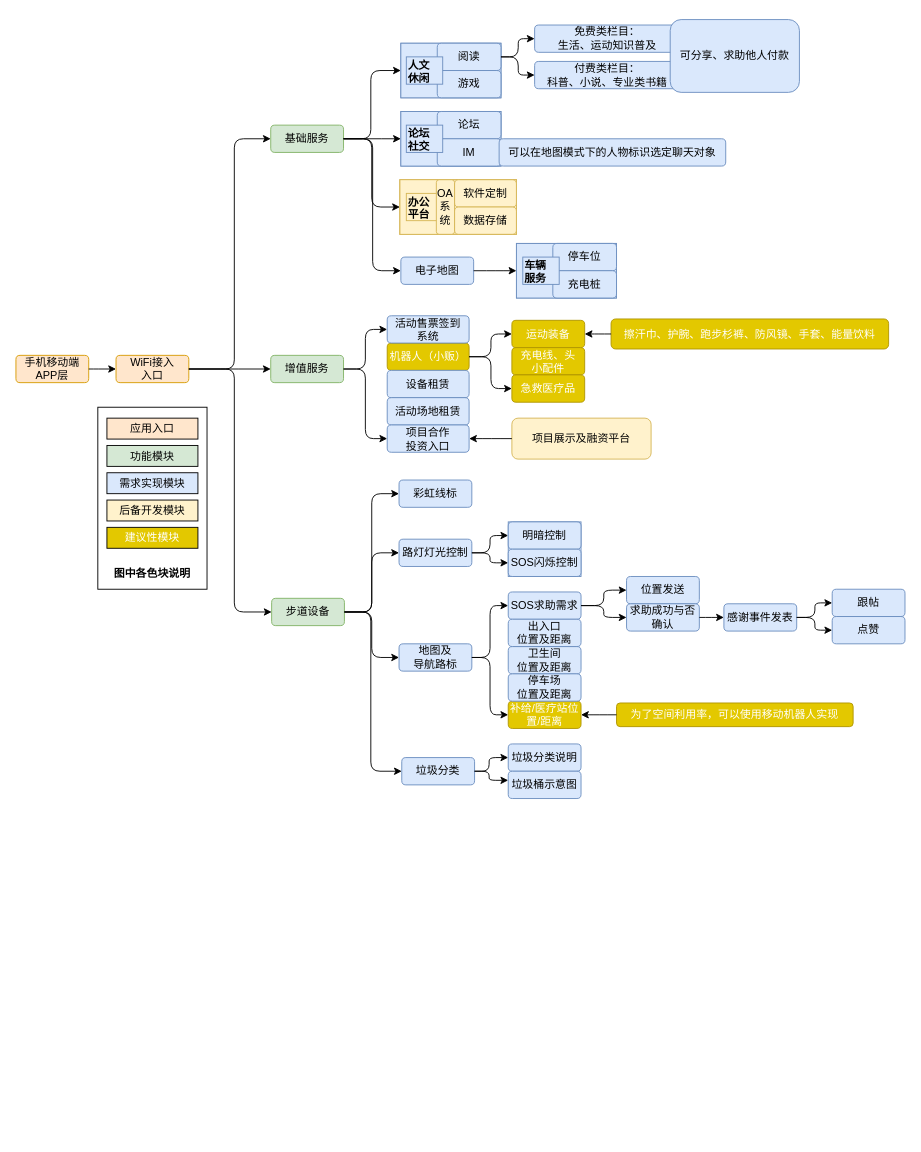
This is 智慧城市.drawio from UTOUUCENTER-CD/draw.io, a draw.io file, before an edit. Source tidied: cells renumbered, new cells numbered last; positions are measured from the earlier drawing's top-left corner, leaving out a move shared by most shapes. Both pictures are drawn from the tidied source at 91%, with x=0, y=0 at pixel (15, 19).
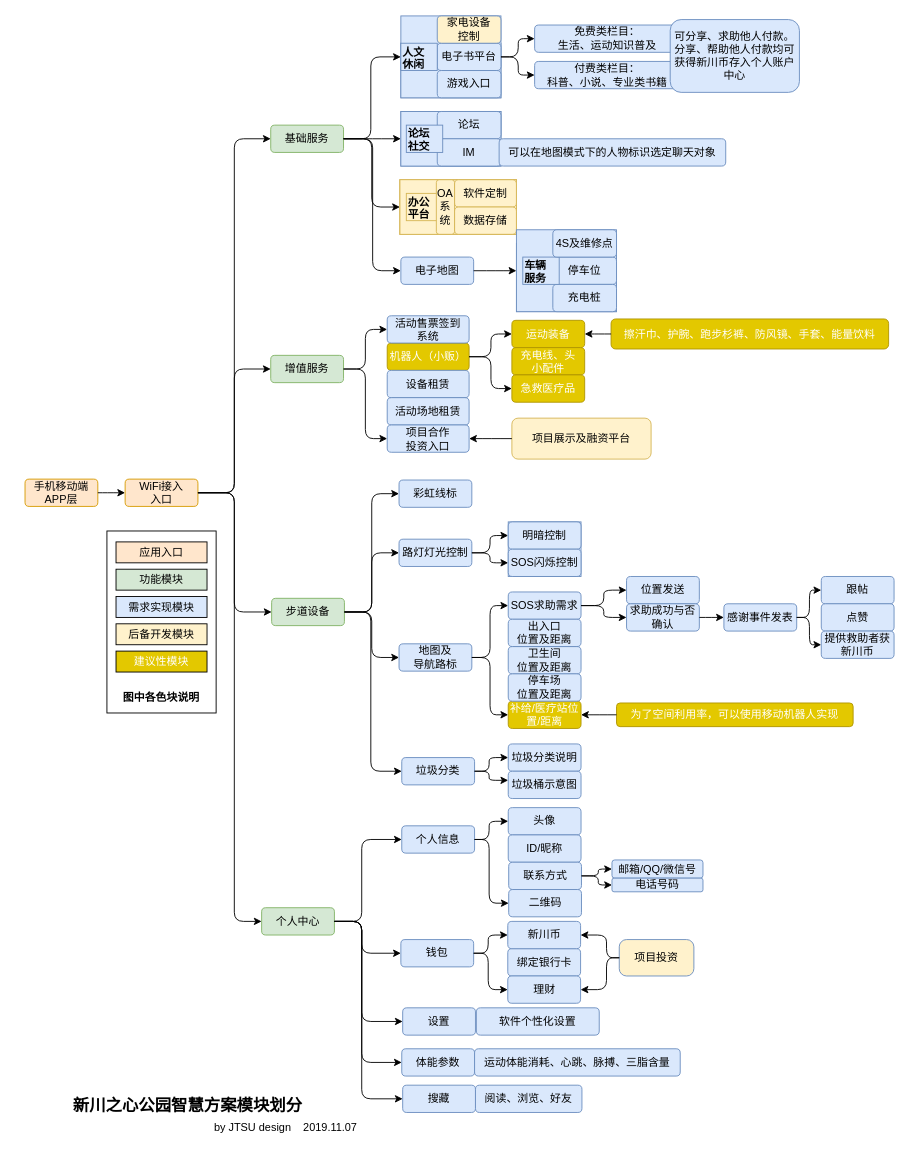
After the change.

Unchanged cells that the change refers to:
```xml
<mxCell id="3" value="步道设备" style="rounded=1;whiteSpace=wrap;html=1;fillColor=#d5e8d4;strokeColor=#82b366;" parent="1" vertex="1">
  <mxGeometry x="281" y="636" width="80" height="30" as="geometry" />
</mxCell>
<mxCell id="21" value="感谢事件发表" style="rounded=1;whiteSpace=wrap;html=1;fillColor=#dae8fc;strokeColor=#6c8ebf;" parent="1" vertex="1">
  <mxGeometry x="778" y="642" width="80" height="30" as="geometry" />
</mxCell>
<mxCell id="35" style="group;fillColor=#dae8fc;strokeColor=#6c8ebf;" parent="1" vertex="1">
  <mxGeometry x="423" y="26" width="110" height="60" as="geometry" />
</mxCell>
```

Change to the diagram source:
```diff
@@
     <mxCell id="2" style="rounded=0;whiteSpace=wrap;html=1;strokeWidth=1;fillColor=#FFFFFF;" parent="1" vertex="1">
-      <mxGeometry x="90" y="426" width="120" height="200" as="geometry" />
+      <mxGeometry x="100" y="562" width="120" height="200" as="geometry" />
     </mxCell>
@@
     <mxCell id="25" value="跟帖" style="rounded=1;whiteSpace=wrap;html=1;fillColor=#dae8fc;strokeColor=#6c8ebf;" parent="1" vertex="1">
-      <mxGeometry x="897" y="626" width="80" height="30" as="geometry" />
+      <mxGeometry x="885" y="612" width="80" height="30" as="geometry" />
     </mxCell>
     <mxCell id="26" value="点赞" style="rounded=1;whiteSpace=wrap;html=1;fillColor=#dae8fc;strokeColor=#6c8ebf;" parent="1" vertex="1">
-      <mxGeometry x="897" y="656" width="80" height="30" as="geometry" />
+      <mxGeometry x="885" y="642" width="80" height="30" as="geometry" />
     </mxCell>
@@
-    <mxCell id="28" style="edgeStyle=elbowEdgeStyle;elbow=horizontal;endArrow=classic;html=1;entryX=0;entryY=0.5;entryDx=0;entryDy=0;exitX=1;exitY=0.5;exitDx=0;exitDy=0;fillColor=#dae8fc;strokeColor=#000000;" parent="1" edge="1" source="21" target="26">
+    <mxCell id="28" style="edgeStyle=elbowEdgeStyle;elbow=horizontal;endArrow=classic;html=1;entryX=0;entryY=0.5;entryDx=0;entryDy=0;exitX=1;exitY=0.5;exitDx=0;exitDy=0;fillColor=#dae8fc;strokeColor=#000000;" parent="1" edge="1" source="21" target="109">
       <mxGeometry relative="1" as="geometry" />
     </mxCell>
     <mxCell id="29" value="WiFi接入&lt;br&gt;入口" style="rounded=1;whiteSpace=wrap;html=1;fillColor=#FFE6CC;strokeColor=#d79b00;" parent="1" vertex="1">
-      <mxGeometry x="110" y="369" width="80" height="30" as="geometry" />
+      <mxGeometry x="120" y="505" width="80" height="30" as="geometry" />
     </mxCell>
@@
     <mxCell id="36" style="rounded=0;whiteSpace=wrap;html=1;strokeWidth=1;fillColor=#dae8fc;strokeColor=#6c8ebf;" parent="35" vertex="1">
-      <mxGeometry width="110" height="60" as="geometry" />
+      <mxGeometry y="-30" width="110" height="90" as="geometry" />
     </mxCell>
-    <mxCell id="37" value="阅读" style="rounded=1;whiteSpace=wrap;html=1;fillColor=#dae8fc;strokeColor=#6c8ebf;" parent="35" vertex="1">
+    <mxCell id="37" value="电子书平台" style="rounded=1;whiteSpace=wrap;html=1;fillColor=#dae8fc;strokeColor=#6c8ebf;" parent="35" vertex="1">
       <mxGeometry x="40" width="70" height="30" as="geometry" />
     </mxCell>
-    <mxCell id="38" value="游戏" style="rounded=1;whiteSpace=wrap;html=1;fillColor=#dae8fc;strokeColor=#6c8ebf;" parent="35" vertex="1">
+    <mxCell id="38" value="游戏入口" style="rounded=1;whiteSpace=wrap;html=1;fillColor=#dae8fc;strokeColor=#6c8ebf;" parent="35" vertex="1">
       <mxGeometry x="40" y="30" width="70" height="30" as="geometry" />
     </mxCell>
     <mxCell id="39" value="&lt;b&gt;人文&lt;br&gt;休闲&lt;/b&gt;" style="text;html=1;align=left;verticalAlign=top;spacingTop=-4;fillColor=#dae8fc;strokeColor=#6c8ebf;" parent="35" vertex="1">
-      <mxGeometry x="6" y="15" width="40" height="30" as="geometry" />
+      <mxGeometry width="40" height="30" as="geometry" />
     </mxCell>
+    <mxCell id="104" value="家电设备&lt;br&gt;控制" style="rounded=1;whiteSpace=wrap;html=1;fillColor=#FFF2CC;strokeColor=#6c8ebf;" parent="35" vertex="1">
+      <mxGeometry x="40" y="-30" width="70" height="30" as="geometry" />
+    </mxCell>
@@
-    <mxCell id="42" style="group;fillColor=#dae8fc;strokeColor=#6c8ebf;" parent="1" vertex="1">
-      <mxGeometry x="550" y="246" width="110" height="60" as="geometry" />
-    </mxCell>
-    <mxCell id="43" style="rounded=0;whiteSpace=wrap;html=1;strokeWidth=1;fillColor=#dae8fc;strokeColor=#6c8ebf;" parent="42" vertex="1">
-      <mxGeometry width="110" height="60" as="geometry" />
-    </mxCell>
-    <mxCell id="44" value="停车位" style="rounded=1;whiteSpace=wrap;html=1;fillColor=#dae8fc;strokeColor=#6c8ebf;" parent="42" vertex="1">
-      <mxGeometry x="40" width="70" height="30" as="geometry" />
-    </mxCell>
-    <mxCell id="45" value="充电桩" style="rounded=1;whiteSpace=wrap;html=1;fillColor=#dae8fc;strokeColor=#6c8ebf;" parent="42" vertex="1">
-      <mxGeometry x="40" y="30" width="70" height="30" as="geometry" />
-    </mxCell>
-    <mxCell id="46" value="&lt;b&gt;车辆&lt;br&gt;服务&lt;/b&gt;" style="text;html=1;align=left;verticalAlign=top;spacingTop=-4;fillColor=#dae8fc;strokeColor=#6c8ebf;" parent="42" vertex="1">
-      <mxGeometry x="7" y="15" width="40" height="30" as="geometry" />
-    </mxCell>
@@
     <mxCell id="77" value="手机移动端APP层" style="rounded=1;whiteSpace=wrap;html=1;fillColor=#ffe6cc;strokeColor=#d79b00;" parent="1" vertex="1">
-      <mxGeometry y="369" width="80" height="30" as="geometry" />
+      <mxGeometry x="10" y="505" width="80" height="30" as="geometry" />
     </mxCell>
     <mxCell id="78" style="edgeStyle=elbowEdgeStyle;elbow=horizontal;endArrow=classic;html=1;entryX=0;entryY=0.5;entryDx=0;entryDy=0;exitX=1;exitY=0.5;exitDx=0;exitDy=0;" parent="1" edge="1" source="29" target="3">
       <mxGeometry relative="1" as="geometry">
         <Array as="points">
+          <mxPoint x="240" y="556" />
           <mxPoint x="240" y="436" />
           <mxPoint x="240" y="384" />
           <mxPoint x="250" y="306" />
         </Array>
       </mxGeometry>
     </mxCell>
     <mxCell id="79" style="edgeStyle=elbowEdgeStyle;elbow=horizontal;endArrow=classic;html=1;entryX=0;entryY=0.5;entryDx=0;entryDy=0;exitX=1;exitY=0.5;exitDx=0;exitDy=0;" parent="1" edge="1" source="77" target="29">
       <mxGeometry relative="1" as="geometry">
         <Array as="points">
-          <mxPoint x="90" y="399" />
-          <mxPoint x="60" y="509" />
-          <mxPoint x="110" y="859" />
+          <mxPoint x="100" y="535" />
+          <mxPoint x="70" y="645" />
+          <mxPoint x="120" y="995" />
         </Array>
       </mxGeometry>
     </mxCell>
@@
     <mxCell id="96" value="应用入口" style="rounded=0;whiteSpace=wrap;html=1;strokeWidth=1;fillColor=#FFE6CC;" parent="1" vertex="1">
-      <mxGeometry x="100" y="438" width="100" height="23" as="geometry" />
+      <mxGeometry x="110" y="574" width="100" height="23" as="geometry" />
     </mxCell>
     <mxCell id="97" value="功能模块" style="rounded=0;whiteSpace=wrap;html=1;strokeWidth=1;fillColor=#D5E8D4;" parent="1" vertex="1">
-      <mxGeometry x="100" y="468" width="100" height="23" as="geometry" />
+      <mxGeometry x="110" y="604" width="100" height="23" as="geometry" />
     </mxCell>
     <mxCell id="98" value="需求实现模块" style="rounded=0;whiteSpace=wrap;html=1;strokeWidth=1;fillColor=#DAE8FC;" parent="1" vertex="1">
-      <mxGeometry x="100" y="498" width="100" height="23" as="geometry" />
+      <mxGeometry x="110" y="634" width="100" height="23" as="geometry" />
     </mxCell>
     <mxCell id="99" value="后备开发模块" style="rounded=0;whiteSpace=wrap;html=1;strokeWidth=1;fillColor=#FFF2CC;" parent="1" vertex="1">
-      <mxGeometry x="100" y="528" width="100" height="23" as="geometry" />
+      <mxGeometry x="110" y="664" width="100" height="23" as="geometry" />
     </mxCell>
     <mxCell id="100" value="&lt;font color=&quot;#ffffff&quot;&gt;建议性模块&lt;/font&gt;" style="rounded=0;whiteSpace=wrap;html=1;strokeWidth=1;fillColor=#E3C800;" parent="1" vertex="1">
-      <mxGeometry x="100" y="558" width="100" height="23" as="geometry" />
+      <mxGeometry x="110" y="694" width="100" height="23" as="geometry" />
     </mxCell>
     <mxCell id="101" value="&lt;b&gt;图中各色块说明&lt;/b&gt;" style="text;html=1;align=left;verticalAlign=top;spacingTop=-4;" parent="1" vertex="1">
-      <mxGeometry x="106" y="599" width="100" height="20" as="geometry" />
+      <mxGeometry x="116" y="735" width="100" height="20" as="geometry" />
     </mxCell>
-    <mxCell id="102" value="可分享、求助他人付款" style="rounded=1;whiteSpace=wrap;html=1;fillColor=#dae8fc;strokeColor=#6c8ebf;" parent="1" vertex="1">
+    <mxCell id="102" value="可分享、求助他人付款。&lt;br&gt;分享、帮助他人付款均可获得新川币存入个人账户中心" style="rounded=1;whiteSpace=wrap;html=1;fillColor=#dae8fc;strokeColor=#6c8ebf;" parent="1" vertex="1">
       <mxGeometry x="719" width="142" height="80" as="geometry" />
     </mxCell>
@@
+    <mxCell id="105" style="group;" parent="1" vertex="1">
+      <mxGeometry x="550" y="246" width="110" height="75" as="geometry" />
+    </mxCell>
+    <mxCell id="42" style="group;fillColor=#dae8fc;strokeColor=#6c8ebf;" parent="105" vertex="1">
+      <mxGeometry width="110" height="75" as="geometry" />
+    </mxCell>
+    <mxCell id="106" style="group;" parent="42" vertex="1">
+      <mxGeometry y="-15" width="110" height="90" as="geometry" />
+    </mxCell>
+    <mxCell id="43" style="rounded=0;whiteSpace=wrap;html=1;strokeWidth=1;fillColor=#dae8fc;strokeColor=#6c8ebf;" parent="106" vertex="1">
+      <mxGeometry width="110" height="90" as="geometry" />
+    </mxCell>
+    <mxCell id="44" value="停车位" style="rounded=1;whiteSpace=wrap;html=1;fillColor=#dae8fc;strokeColor=#6c8ebf;" parent="106" vertex="1">
+      <mxGeometry x="40" y="30" width="70" height="30" as="geometry" />
+    </mxCell>
+    <mxCell id="45" value="充电桩" style="rounded=1;whiteSpace=wrap;html=1;fillColor=#dae8fc;strokeColor=#6c8ebf;" parent="106" vertex="1">
+      <mxGeometry x="40" y="60" width="70" height="30" as="geometry" />
+    </mxCell>
+    <mxCell id="46" value="&lt;b&gt;车辆&lt;br&gt;服务&lt;/b&gt;" style="text;html=1;align=left;verticalAlign=top;spacingTop=-4;fillColor=#dae8fc;strokeColor=#6c8ebf;" parent="106" vertex="1">
+      <mxGeometry x="7" y="30" width="40" height="30" as="geometry" />
+    </mxCell>
+    <mxCell id="107" value="4S及维修点" style="rounded=1;whiteSpace=wrap;html=1;fillColor=#dae8fc;strokeColor=#6c8ebf;" parent="106" vertex="1">
+      <mxGeometry x="40" width="70" height="30" as="geometry" />
+    </mxCell>
+    <mxCell id="108" value="&lt;font&gt;&lt;b style=&quot;font-size: 18px&quot;&gt;新川之心公园智慧方案模块划分&lt;/b&gt;&lt;br&gt;&lt;b style=&quot;font-size: 18px&quot;&gt;&amp;nbsp; &amp;nbsp; &amp;nbsp; &amp;nbsp; &amp;nbsp; &amp;nbsp; &amp;nbsp; &amp;nbsp; &amp;nbsp; &amp;nbsp; &amp;nbsp; &amp;nbsp; &amp;nbsp; &amp;nbsp; &amp;nbsp; &amp;nbsp;&lt;/b&gt;&lt;font style=&quot;font-size: 12px&quot;&gt;by JTSU design&amp;nbsp; &amp;nbsp; 2019.11.07&lt;/font&gt;&lt;br&gt;&lt;/font&gt;" style="text;html=1;align=left;verticalAlign=top;spacingTop=-4;" parent="1" vertex="1">
+      <mxGeometry x="61" y="1181" width="300" height="40" as="geometry" />
+    </mxCell>
+    <mxCell id="109" value="提供救助者获新川币" style="rounded=1;whiteSpace=wrap;html=1;fillColor=#dae8fc;strokeColor=#6c8ebf;" parent="1" vertex="1">
+      <mxGeometry x="885" y="672" width="80" height="30" as="geometry" />
+    </mxCell>
+    <mxCell id="110" value="个人中心" style="rounded=1;whiteSpace=wrap;html=1;fillColor=#d5e8d4;strokeColor=#82b366;" parent="1" vertex="1">
+      <mxGeometry x="270" y="976" width="80" height="30" as="geometry" />
+    </mxCell>
+    <mxCell id="111" style="edgeStyle=elbowEdgeStyle;elbow=horizontal;endArrow=classic;html=1;entryX=0;entryY=0.5;entryDx=0;entryDy=0;exitX=1;exitY=0.5;exitDx=0;exitDy=0;" parent="1" edge="1" source="29" target="110">
+      <mxGeometry relative="1" as="geometry">
+        <Array as="points">
+          <mxPoint x="240" y="626" />
+          <mxPoint x="240" y="446" />
+          <mxPoint x="250" y="446" />
+          <mxPoint x="250" y="394" />
+          <mxPoint x="260" y="316" />
+        </Array>
+      </mxGeometry>
+    </mxCell>
+    <mxCell id="112" value="钱包" style="rounded=1;whiteSpace=wrap;html=1;fillColor=#dae8fc;strokeColor=#6c8ebf;" parent="1" vertex="1">
+      <mxGeometry x="423" y="1011" width="80" height="30" as="geometry" />
+    </mxCell>
+    <mxCell id="113" value="绑定银行卡" style="rounded=1;whiteSpace=wrap;html=1;fillColor=#dae8fc;strokeColor=#6c8ebf;" parent="1" vertex="1">
+      <mxGeometry x="540.5" y="1021" width="80" height="30" as="geometry" />
+    </mxCell>
+    <mxCell id="114" value="理财" style="rounded=1;whiteSpace=wrap;html=1;fillColor=#dae8fc;strokeColor=#6c8ebf;" parent="1" vertex="1">
+      <mxGeometry x="540.5" y="1051" width="80" height="30" as="geometry" />
+    </mxCell>
+    <mxCell id="115" value="项目投资" style="rounded=1;whiteSpace=wrap;html=1;fillColor=#FFF2CC;strokeColor=#6c8ebf;arcSize=20;" parent="1" vertex="1">
+      <mxGeometry x="663" y="1011" width="82" height="40" as="geometry" />
+    </mxCell>
+    <mxCell id="116" value="设置" style="rounded=1;whiteSpace=wrap;html=1;fillColor=#dae8fc;strokeColor=#6c8ebf;" parent="1" vertex="1">
+      <mxGeometry x="425" y="1086" width="80" height="30" as="geometry" />
+    </mxCell>
+    <mxCell id="117" value="个人信息" style="rounded=1;whiteSpace=wrap;html=1;fillColor=#dae8fc;strokeColor=#6c8ebf;" parent="1" vertex="1">
+      <mxGeometry x="424" y="886" width="80" height="30" as="geometry" />
+    </mxCell>
+    <mxCell id="118" value="头像" style="rounded=1;whiteSpace=wrap;html=1;fillColor=#dae8fc;strokeColor=#6c8ebf;" parent="1" vertex="1">
+      <mxGeometry x="541" y="866" width="80" height="30" as="geometry" />
+    </mxCell>
+    <mxCell id="119" value="ID/昵称" style="rounded=1;whiteSpace=wrap;html=1;fillColor=#dae8fc;strokeColor=#6c8ebf;" parent="1" vertex="1">
+      <mxGeometry x="541" y="896" width="80" height="30" as="geometry" />
+    </mxCell>
+    <mxCell id="120" value="联系方式" style="rounded=1;whiteSpace=wrap;html=1;fillColor=#dae8fc;strokeColor=#6c8ebf;" parent="1" vertex="1">
+      <mxGeometry x="541.5" y="926" width="80" height="30" as="geometry" />
+    </mxCell>
+    <mxCell id="121" value="邮箱/QQ/微信号" style="rounded=1;whiteSpace=wrap;html=1;fillColor=#dae8fc;strokeColor=#6c8ebf;" parent="1" vertex="1">
+      <mxGeometry x="655" y="923.5" width="100" height="20" as="geometry" />
+    </mxCell>
+    <mxCell id="122" value="电话号码" style="rounded=1;whiteSpace=wrap;html=1;fillColor=#dae8fc;strokeColor=#6c8ebf;" parent="1" vertex="1">
+      <mxGeometry x="655" y="943.5" width="100" height="15" as="geometry" />
+    </mxCell>
+    <mxCell id="123" style="edgeStyle=elbowEdgeStyle;elbow=horizontal;endArrow=classic;html=1;exitX=1;exitY=0.5;exitDx=0;exitDy=0;fillColor=#dae8fc;strokeColor=#000000;entryX=0;entryY=0.5;entryDx=0;entryDy=0;" parent="1" edge="1" source="120" target="121">
+      <mxGeometry relative="1" as="geometry">
+        <Array as="points">
+          <mxPoint x="640" y="934" />
+          <mxPoint x="660" y="941" />
+          <mxPoint x="530" y="846" />
+          <mxPoint x="754" y="851" />
+        </Array>
+      </mxGeometry>
+    </mxCell>
+    <mxCell id="124" style="edgeStyle=elbowEdgeStyle;elbow=horizontal;endArrow=classic;html=1;exitX=1;exitY=0.5;exitDx=0;exitDy=0;fillColor=#dae8fc;strokeColor=#000000;entryX=0;entryY=0.5;entryDx=0;entryDy=0;" parent="1" edge="1" source="120" target="122">
+      <mxGeometry relative="1" as="geometry">
+        <Array as="points">
+          <mxPoint x="640" y="941" />
+          <mxPoint x="540" y="856" />
+          <mxPoint x="764" y="861" />
+        </Array>
+      </mxGeometry>
+    </mxCell>
+    <mxCell id="125" value="新川币" style="rounded=1;whiteSpace=wrap;html=1;fillColor=#dae8fc;strokeColor=#6c8ebf;" parent="1" vertex="1">
+      <mxGeometry x="540.5" y="991" width="80" height="30" as="geometry" />
+    </mxCell>
+    <mxCell id="126" value="体能参数" style="rounded=1;whiteSpace=wrap;html=1;fillColor=#dae8fc;strokeColor=#6c8ebf;" parent="1" vertex="1">
+      <mxGeometry x="424" y="1131" width="80" height="30" as="geometry" />
+    </mxCell>
+    <mxCell id="127" value="搜藏" style="rounded=1;whiteSpace=wrap;html=1;fillColor=#dae8fc;strokeColor=#6c8ebf;" parent="1" vertex="1">
+      <mxGeometry x="425" y="1171" width="80" height="30" as="geometry" />
+    </mxCell>
+    <mxCell id="128" style="edgeStyle=elbowEdgeStyle;elbow=horizontal;endArrow=classic;html=1;entryX=0;entryY=0.5;entryDx=0;entryDy=0;exitX=1;exitY=0.5;exitDx=0;exitDy=0;fillColor=#dae8fc;strokeColor=#000000;" parent="1" edge="1" source="110" target="117">
+      <mxGeometry relative="1" as="geometry">
+        <Array as="points">
+          <mxPoint x="380" y="936" />
+          <mxPoint x="530" y="826" />
+          <mxPoint x="794" y="871" />
+        </Array>
+      </mxGeometry>
+    </mxCell>
+    <mxCell id="129" style="edgeStyle=elbowEdgeStyle;elbow=horizontal;endArrow=classic;html=1;entryX=0;entryY=0.5;entryDx=0;entryDy=0;exitX=1;exitY=0.5;exitDx=0;exitDy=0;fillColor=#dae8fc;strokeColor=#000000;" parent="1" edge="1" source="110" target="127">
+      <mxGeometry relative="1" as="geometry">
+        <Array as="points">
+          <mxPoint x="380" y="1036" />
+          <mxPoint x="400" y="976" />
+          <mxPoint x="390" y="946" />
+          <mxPoint x="540" y="836" />
+          <mxPoint x="804" y="881" />
+        </Array>
+      </mxGeometry>
+    </mxCell>
+    <mxCell id="130" style="edgeStyle=elbowEdgeStyle;elbow=horizontal;endArrow=classic;html=1;entryX=0;entryY=0.5;entryDx=0;entryDy=0;exitX=1;exitY=0.5;exitDx=0;exitDy=0;fillColor=#dae8fc;strokeColor=#000000;" parent="1" edge="1" source="110" target="112">
+      <mxGeometry relative="1" as="geometry">
+        <Array as="points">
+          <mxPoint x="380" y="1006" />
+          <mxPoint x="550" y="846" />
+          <mxPoint x="814" y="891" />
+        </Array>
+      </mxGeometry>
+    </mxCell>
+    <mxCell id="131" style="edgeStyle=elbowEdgeStyle;elbow=horizontal;endArrow=classic;html=1;entryX=0;entryY=0.5;entryDx=0;entryDy=0;exitX=1;exitY=0.5;exitDx=0;exitDy=0;fillColor=#dae8fc;strokeColor=#000000;" parent="1" edge="1" source="110" target="116">
+      <mxGeometry relative="1" as="geometry">
+        <Array as="points">
+          <mxPoint x="380" y="1036" />
+          <mxPoint x="400" y="996" />
+          <mxPoint x="560" y="856" />
+          <mxPoint x="824" y="901" />
+        </Array>
+      </mxGeometry>
+    </mxCell>
+    <mxCell id="132" style="edgeStyle=elbowEdgeStyle;elbow=horizontal;endArrow=classic;html=1;entryX=0;entryY=0.5;entryDx=0;entryDy=0;exitX=1;exitY=0.5;exitDx=0;exitDy=0;fillColor=#dae8fc;strokeColor=#000000;" parent="1" edge="1" source="110" target="126">
+      <mxGeometry relative="1" as="geometry">
+        <Array as="points">
+          <mxPoint x="380" y="1046" />
+          <mxPoint x="390" y="1046" />
+          <mxPoint x="410" y="1006" />
+          <mxPoint x="570" y="866" />
+          <mxPoint x="834" y="911" />
+        </Array>
+      </mxGeometry>
+    </mxCell>
+    <mxCell id="133" style="edgeStyle=elbowEdgeStyle;elbow=horizontal;endArrow=classic;html=1;entryX=0;entryY=0.5;entryDx=0;entryDy=0;exitX=1;exitY=0.5;exitDx=0;exitDy=0;fillColor=#dae8fc;strokeColor=#000000;" parent="1" edge="1" source="112" target="125">
+      <mxGeometry relative="1" as="geometry">
+        <Array as="points">
+          <mxPoint x="519" y="1021" />
+          <mxPoint x="419" y="1041" />
+          <mxPoint x="579" y="901" />
+          <mxPoint x="843" y="946" />
+        </Array>
+      </mxGeometry>
+    </mxCell>
+    <mxCell id="134" style="edgeStyle=elbowEdgeStyle;elbow=horizontal;endArrow=classic;html=1;entryX=0;entryY=0.5;entryDx=0;entryDy=0;exitX=1;exitY=0.5;exitDx=0;exitDy=0;fillColor=#dae8fc;strokeColor=#000000;" parent="1" edge="1" source="112" target="114">
+      <mxGeometry relative="1" as="geometry">
+        <Array as="points">
+          <mxPoint x="519" y="1041" />
+          <mxPoint x="429" y="1051" />
+          <mxPoint x="589" y="911" />
+          <mxPoint x="853" y="956" />
+        </Array>
+      </mxGeometry>
+    </mxCell>
+    <mxCell id="135" value="阅读、浏览、好友" style="rounded=1;whiteSpace=wrap;html=1;fillColor=#dae8fc;strokeColor=#6c8ebf;" parent="1" vertex="1">
+      <mxGeometry x="505" y="1171" width="117" height="30" as="geometry" />
+    </mxCell>
+    <mxCell id="136" value="运动体能消耗、心跳、脉搏、三脂含量" style="rounded=1;whiteSpace=wrap;html=1;fillColor=#dae8fc;strokeColor=#6c8ebf;" parent="1" vertex="1">
+      <mxGeometry x="504" y="1131" width="226" height="30" as="geometry" />
+    </mxCell>
+    <mxCell id="137" value="软件个性化设置" style="rounded=1;whiteSpace=wrap;html=1;fillColor=#dae8fc;strokeColor=#6c8ebf;" parent="1" vertex="1">
+      <mxGeometry x="506" y="1086" width="135" height="30" as="geometry" />
+    </mxCell>
+    <mxCell id="138" style="edgeStyle=elbowEdgeStyle;elbow=horizontal;endArrow=classic;html=1;entryX=1;entryY=0.5;entryDx=0;entryDy=0;exitX=0;exitY=0.5;exitDx=0;exitDy=0;fillColor=#dae8fc;strokeColor=#000000;" parent="1" edge="1" source="115" target="125">
+      <mxGeometry relative="1" as="geometry">
+        <Array as="points">
+          <mxPoint x="649" y="1021" />
+          <mxPoint x="439" y="1061" />
+          <mxPoint x="599" y="921" />
+          <mxPoint x="863" y="966" />
+        </Array>
+      </mxGeometry>
+    </mxCell>
+    <mxCell id="139" style="edgeStyle=elbowEdgeStyle;elbow=horizontal;endArrow=classic;html=1;entryX=1;entryY=0.5;entryDx=0;entryDy=0;exitX=0;exitY=0.5;exitDx=0;exitDy=0;fillColor=#dae8fc;strokeColor=#000000;" parent="1" edge="1" source="115" target="114">
+      <mxGeometry relative="1" as="geometry">
+        <Array as="points">
+          <mxPoint x="649" y="1041" />
+          <mxPoint x="449" y="1071" />
+          <mxPoint x="609" y="931" />
+          <mxPoint x="873" y="976" />
+        </Array>
+      </mxGeometry>
+    </mxCell>
+    <mxCell id="140" style="edgeStyle=elbowEdgeStyle;elbow=horizontal;endArrow=classic;html=1;entryX=0;entryY=0.5;entryDx=0;entryDy=0;exitX=1;exitY=0.5;exitDx=0;exitDy=0;fillColor=#dae8fc;strokeColor=#000000;" parent="1" edge="1" source="117" target="118">
+      <mxGeometry relative="1" as="geometry">
+        <Array as="points">
+          <mxPoint x="520" y="881" />
+          <mxPoint x="460" y="1056" />
+          <mxPoint x="620" y="916" />
+          <mxPoint x="884" y="961" />
+        </Array>
+      </mxGeometry>
+    </mxCell>
+    <mxCell id="141" style="edgeStyle=elbowEdgeStyle;elbow=horizontal;endArrow=classic;html=1;entryX=0;entryY=0.5;entryDx=0;entryDy=0;exitX=1;exitY=0.5;exitDx=0;exitDy=0;fillColor=#dae8fc;strokeColor=#000000;" parent="1" edge="1" source="117" target="142">
+      <mxGeometry relative="1" as="geometry">
+        <Array as="points">
+          <mxPoint x="520" y="916" />
+          <mxPoint x="470" y="1066" />
+          <mxPoint x="630" y="926" />
+          <mxPoint x="894" y="971" />
+        </Array>
+      </mxGeometry>
+    </mxCell>
+    <mxCell id="142" value="二维码" style="rounded=1;whiteSpace=wrap;html=1;fillColor=#dae8fc;strokeColor=#6c8ebf;" parent="1" vertex="1">
+      <mxGeometry x="541.5" y="956" width="80" height="30" as="geometry" />
+    </mxCell>
```
